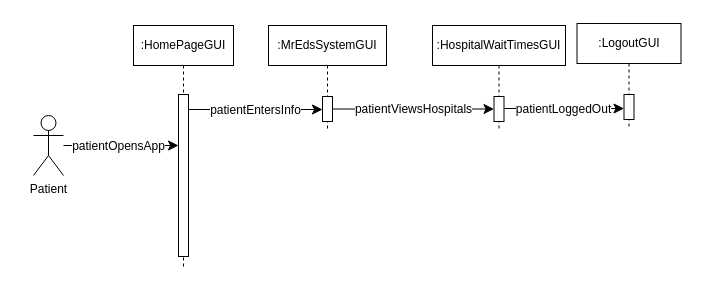
This is AmirWork/M2/P1_SequenceDiagram.drawio from SENG-350-2024-fall/Team9, a draw.io file, before an edit. Source tidied: cells renumbered, new cells numbered last; positions are measured from the earlier drawing's top-left corner, leaving out a move shared by most shapes. Both pictures are drawn from the tidied source at 100%, with x=0, y=0 at pixel (17, 17).
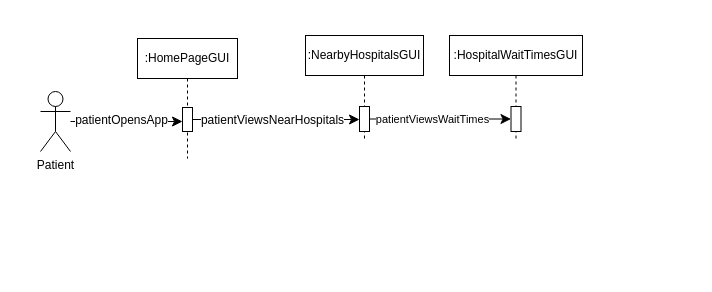
The same diagram, later.

Unchanged cells that the change refers to:
```xml
<mxCell id="6" style="edgeStyle=none;curved=1;rounded=0;jettySize=auto;html=1;fontSize=12;startSize=8;endSize=8;" parent="1" edge="1" source="8" target="5">
  <mxGeometry relative="1" as="geometry" />
</mxCell>
<mxCell id="10" style="html=1;points=[];perimeter=orthogonalPerimeter;outlineConnect=0;targetShapes=umlLifeline;portConstraint=eastwest;newEdgeStyle={&quot;edgeStyle&quot;:&quot;elbowEdgeStyle&quot;,&quot;elbow&quot;:&quot;vertical&quot;,&quot;curved&quot;:0,&quot;rounded&quot;:0};" parent="9" vertex="1">
  <mxGeometry x="54" y="71" width="10" height="25" as="geometry" />
</mxCell>
<mxCell id="11" style="edgeStyle=elbowEdgeStyle;curved=0;rounded=0;jettySize=auto;html=1;elbow=vertical;fontSize=12;startSize=8;endSize=8;" parent="1" edge="1" source="5" target="10">
  <mxGeometry relative="1" as="geometry" />
</mxCell>
<mxCell id="14" style="html=1;points=[];perimeter=orthogonalPerimeter;outlineConnect=0;targetShapes=umlLifeline;portConstraint=eastwest;newEdgeStyle={&quot;edgeStyle&quot;:&quot;elbowEdgeStyle&quot;,&quot;elbow&quot;:&quot;vertical&quot;,&quot;curved&quot;:0,&quot;rounded&quot;:0};" parent="13" vertex="1">
  <mxGeometry x="61.5" y="71" width="10" height="25" as="geometry" />
</mxCell>
```

The edit, as a diff of the source:
```diff
@@
-    <mxCell id="2" style="rounded=0;whiteSpace=wrap;html=1;strokeColor=none;" parent="1" vertex="1">
-      <mxGeometry x="558" width="120" height="258" as="geometry" />
-    </mxCell>
@@
     <mxCell id="4" value=":HomePageGUI" style="shape=umlLifeline;perimeter=lifelinePerimeter;whiteSpace=wrap;html=1;newEdgeStyle={&quot;edgeStyle&quot;:&quot;elbowEdgeStyle&quot;,&quot;elbow&quot;:&quot;vertical&quot;,&quot;curved&quot;:0,&quot;rounded&quot;:0};" parent="1" vertex="1">
-      <mxGeometry x="116" y="8" width="100" height="243" as="geometry" />
+      <mxGeometry x="120" y="21" width="100" height="120" as="geometry" />
     </mxCell>
     <mxCell id="5" style="html=1;points=[];perimeter=orthogonalPerimeter;outlineConnect=0;targetShapes=umlLifeline;portConstraint=eastwest;newEdgeStyle={&quot;edgeStyle&quot;:&quot;elbowEdgeStyle&quot;,&quot;elbow&quot;:&quot;vertical&quot;,&quot;curved&quot;:0,&quot;rounded&quot;:0};" parent="4" vertex="1">
-      <mxGeometry x="45" y="69" width="10" height="162" as="geometry" />
+      <mxGeometry x="45" y="69" width="10" height="24" as="geometry" />
     </mxCell>
@@
     <mxCell id="7" value="patientOpensApp" style="edgeLabel;html=1;align=center;verticalAlign=middle;fontSize=12;" parent="6" vertex="1">
       <mxGeometry x="0.08" y="2" relative="1" as="geometry">
-        <mxPoint x="-8" y="2" as="offset" />
+        <mxPoint x="-10" as="offset" />
       </mxGeometry>
     </mxCell>
     <mxCell id="8" value="Patient" style="shape=umlActor;verticalLabelPosition=bottom;verticalAlign=top;html=1;outlineConnect=0;" parent="1" vertex="1">
-      <mxGeometry x="16" y="98" width="30" height="60" as="geometry" />
+      <mxGeometry x="23" y="74" width="30" height="60" as="geometry" />
     </mxCell>
-    <mxCell id="9" value=":MrEdsSystemGUI" style="shape=umlLifeline;perimeter=lifelinePerimeter;whiteSpace=wrap;html=1;newEdgeStyle={&quot;edgeStyle&quot;:&quot;elbowEdgeStyle&quot;,&quot;elbow&quot;:&quot;vertical&quot;,&quot;curved&quot;:0,&quot;rounded&quot;:0};" parent="1" vertex="1">
-      <mxGeometry x="251" y="8" width="118" height="106" as="geometry" />
+    <mxCell id="9" value=":NearbyHospitalsGUI" style="shape=umlLifeline;perimeter=lifelinePerimeter;whiteSpace=wrap;html=1;newEdgeStyle={&quot;edgeStyle&quot;:&quot;elbowEdgeStyle&quot;,&quot;elbow&quot;:&quot;vertical&quot;,&quot;curved&quot;:0,&quot;rounded&quot;:0};" parent="1" vertex="1">
+      <mxGeometry x="288" y="18" width="118" height="106" as="geometry" />
     </mxCell>
@@
-    <mxCell id="12" value="patientEntersInfo" style="edgeLabel;html=1;align=center;verticalAlign=middle;fontSize=12;" parent="11" vertex="1">
+    <mxCell id="12" value="patientViewsNearHospitals" style="edgeLabel;html=1;align=center;verticalAlign=middle;fontSize=12;" parent="11" vertex="1">
       <mxGeometry x="-0.2" relative="1" as="geometry">
         <mxPoint x="12" as="offset" />
       </mxGeometry>
     </mxCell>
     <mxCell id="13" value=":HospitalWaitTimesGUI" style="shape=umlLifeline;perimeter=lifelinePerimeter;whiteSpace=wrap;html=1;newEdgeStyle={&quot;edgeStyle&quot;:&quot;elbowEdgeStyle&quot;,&quot;elbow&quot;:&quot;vertical&quot;,&quot;curved&quot;:0,&quot;rounded&quot;:0};" parent="1" vertex="1">
-      <mxGeometry x="415" y="8" width="133" height="106" as="geometry" />
+      <mxGeometry x="432" y="18" width="133" height="106" as="geometry" />
     </mxCell>
@@
-    <mxCell id="15" value="patientViewsHospitals" style="edgeStyle=elbowEdgeStyle;curved=0;rounded=0;jettySize=auto;html=1;elbow=horizontal;fontSize=12;startSize=8;endSize=8;" parent="1" edge="1" source="10" target="14">
+    <mxCell id="15" style="edgeStyle=elbowEdgeStyle;curved=0;rounded=0;jettySize=auto;html=1;elbow=horizontal;fontSize=12;startSize=8;endSize=8;" parent="1" edge="1" source="10" target="14">
       <mxGeometry relative="1" as="geometry" />
     </mxCell>
-    <mxCell id="16" value=":LogoutGUI" style="shape=umlLifeline;perimeter=lifelinePerimeter;whiteSpace=wrap;html=1;newEdgeStyle={&quot;edgeStyle&quot;:&quot;elbowEdgeStyle&quot;,&quot;elbow&quot;:&quot;vertical&quot;,&quot;curved&quot;:0,&quot;rounded&quot;:0};" parent="1" vertex="1">
-      <mxGeometry x="559.5" y="6" width="104" height="106" as="geometry" />
-    </mxCell>
-    <mxCell id="17" style="html=1;points=[];perimeter=orthogonalPerimeter;outlineConnect=0;targetShapes=umlLifeline;portConstraint=eastwest;newEdgeStyle={&quot;edgeStyle&quot;:&quot;elbowEdgeStyle&quot;,&quot;elbow&quot;:&quot;vertical&quot;,&quot;curved&quot;:0,&quot;rounded&quot;:0};" parent="16" vertex="1">
-      <mxGeometry x="47" y="71" width="10" height="25" as="geometry" />
-    </mxCell>
-    <mxCell id="18" style="edgeStyle=elbowEdgeStyle;curved=0;rounded=0;jettySize=auto;html=1;elbow=vertical;fontSize=12;startSize=8;endSize=8;" parent="1" edge="1" source="14" target="17">
-      <mxGeometry relative="1" as="geometry" />
-    </mxCell>
-    <mxCell id="19" value="patientLoggedOut" style="edgeLabel;html=1;align=center;verticalAlign=middle;fontSize=12;" parent="18" vertex="1">
-      <mxGeometry x="0.18" relative="1" as="geometry">
-        <mxPoint x="-12" as="offset" />
-      </mxGeometry>
-    </mxCell>
+    <mxCell id="20" value="patientViewsWaitTimes" style="edgeLabel;html=1;align=center;verticalAlign=middle;" parent="15" vertex="1">
+      <mxGeometry x="-0.32" y="2" relative="1" as="geometry">
+        <mxPoint x="14" y="2" as="offset" />
+      </mxGeometry>
+    </mxCell>
```
